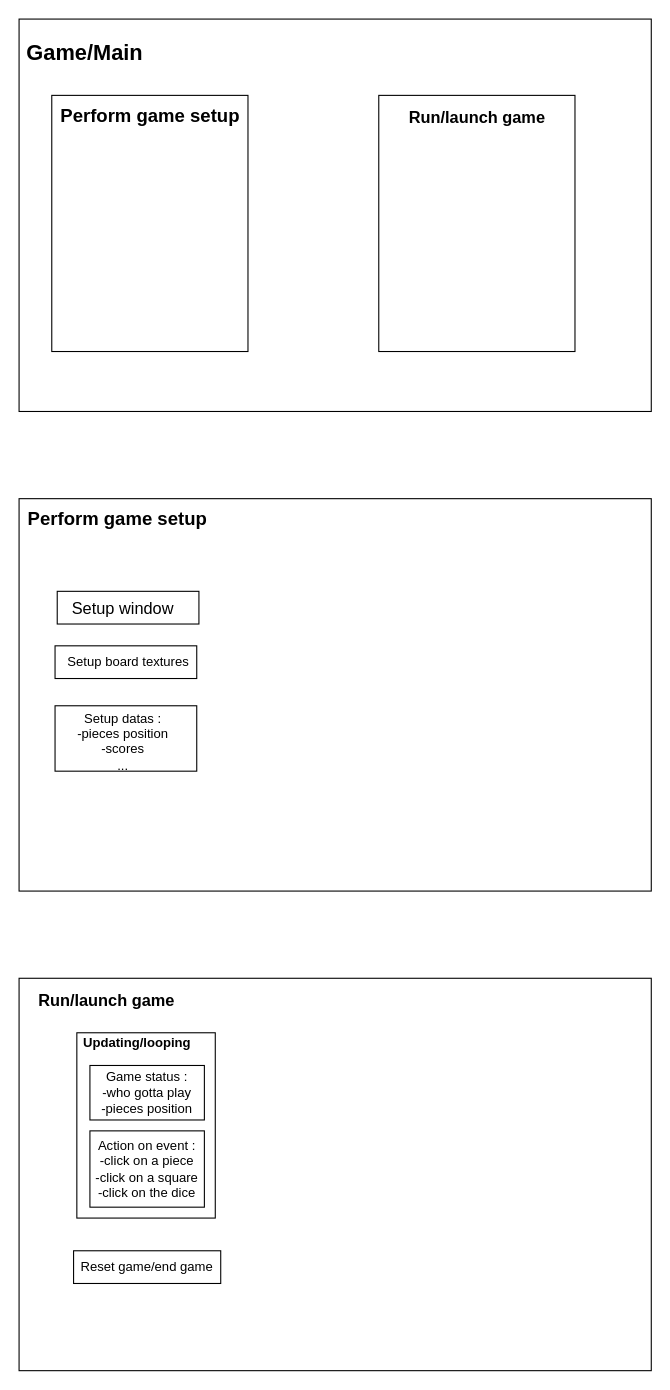
LeoChaillard/LP2A-Ludo-Board keeps this draw.io diagram as Analyse_Fonctionelle.drawio. Above is the earlier version. Source tidied: cells renumbered, new cells numbered last; positions are measured from the earlier drawing's top-left corner, leaving out a move shared by most shapes. Both pictures are drawn from the tidied source at 109%, with x=0, y=0 at pixel (19, 19).
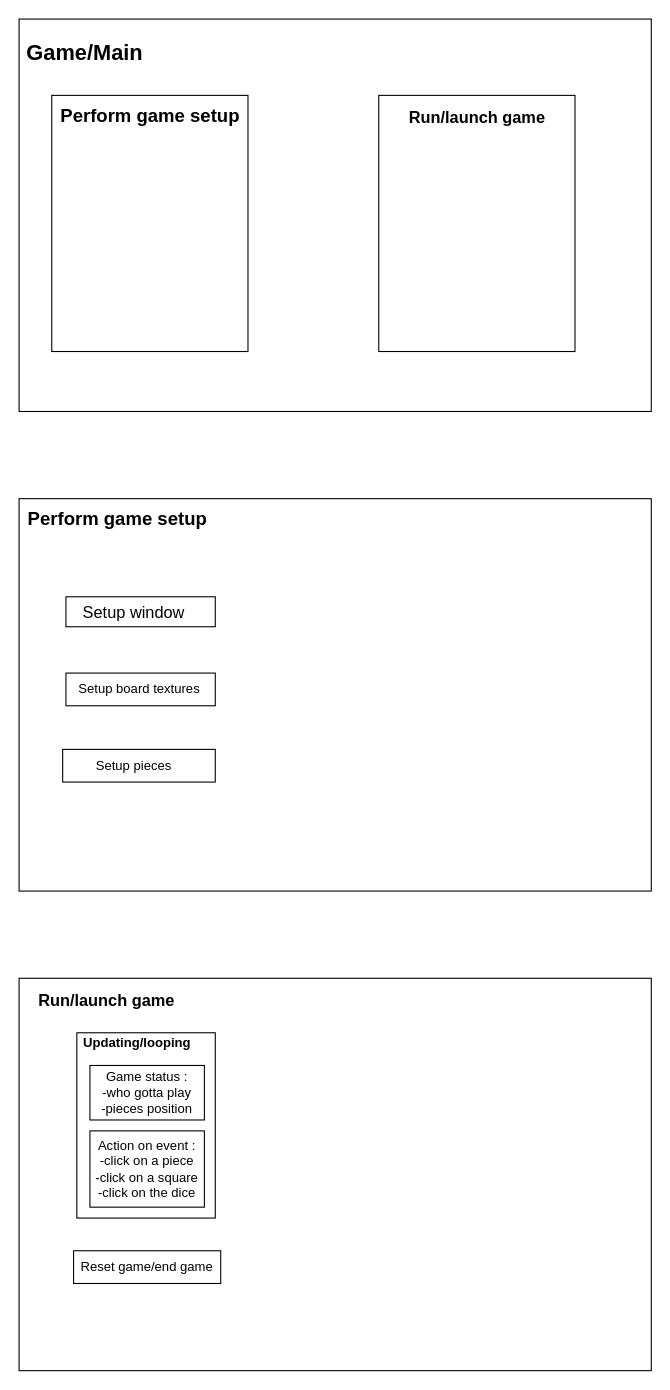
The same page after the edit.

The edit, as a diff of the source:
```diff
@@
     <mxCell id="12" style="rounded=0;whiteSpace=wrap;html=1;" parent="1" vertex="1">
-      <mxGeometry x="35" y="525" width="130" height="30" as="geometry" />
+      <mxGeometry x="43" y="530" width="137" height="27.5" as="geometry" />
     </mxCell>
     <mxCell id="13" value="&lt;font style=&quot;font-size: 15px&quot;&gt;&lt;font style=&quot;font-size: 15px&quot;&gt;Setup window&lt;/font&gt;&lt;/font&gt;" style="text;html=1;align=center;verticalAlign=middle;fillColor=none;strokeColor=none;rounded=0;" parent="1" vertex="1">
-      <mxGeometry x="40" y="530" width="110" height="20" as="geometry" />
+      <mxGeometry x="50" y="533.8" width="110" height="20" as="geometry" />
     </mxCell>
     <mxCell id="14" style="rounded=0;whiteSpace=wrap;html=1;" parent="1" vertex="1">
-      <mxGeometry x="33" y="575" width="130" height="30" as="geometry" />
+      <mxGeometry x="43" y="600" width="137" height="30" as="geometry" />
     </mxCell>
     <mxCell id="15" value="&lt;font style=&quot;font-size: 12px&quot;&gt;&lt;font style=&quot;font-size: 12px&quot;&gt;&lt;font style=&quot;font-size: 12px&quot;&gt;Setup board textures&lt;/font&gt;&lt;br&gt;&lt;/font&gt;&lt;/font&gt;" style="text;html=1;align=center;verticalAlign=middle;fillColor=none;strokeColor=none;rounded=0;" parent="1" vertex="1">
-      <mxGeometry x="35" y="580" width="130" height="20" as="geometry" />
+      <mxGeometry x="45" y="605" width="130" height="20" as="geometry" />
     </mxCell>
@@
     <mxCell id="21" style="rounded=0;whiteSpace=wrap;html=1;" parent="1" vertex="1">
-      <mxGeometry x="33" y="630" width="130" height="60" as="geometry" />
+      <mxGeometry x="40" y="670" width="140" height="30" as="geometry" />
     </mxCell>
-    <mxCell id="22" value="&lt;div&gt;&lt;font style=&quot;font-size: 12px&quot;&gt;Setup datas :&lt;/font&gt;&lt;/div&gt;&lt;div&gt;&lt;font style=&quot;font-size: 12px&quot;&gt;-pieces position&lt;br&gt;&lt;/font&gt;&lt;/div&gt;&lt;div&gt;&lt;font style=&quot;font-size: 12px&quot;&gt;-scores&lt;/font&gt;&lt;/div&gt;&lt;div&gt;&lt;font style=&quot;font-size: 12px&quot;&gt;...&lt;br&gt;&lt;/font&gt;&lt;/div&gt;&lt;div&gt;&lt;font style=&quot;font-size: 12px&quot;&gt;&lt;br&gt;&lt;/font&gt;&lt;/div&gt;" style="text;html=1;align=center;verticalAlign=middle;fillColor=none;strokeColor=none;rounded=0;" parent="1" vertex="1">
-      <mxGeometry x="45" y="630" width="100" height="80" as="geometry" />
+    <mxCell id="22" value="Setup pieces" style="text;html=1;align=center;verticalAlign=middle;fillColor=none;strokeColor=none;rounded=0;" parent="1" vertex="1">
+      <mxGeometry x="65" y="675" width="80" height="20" as="geometry" />
     </mxCell>
```
